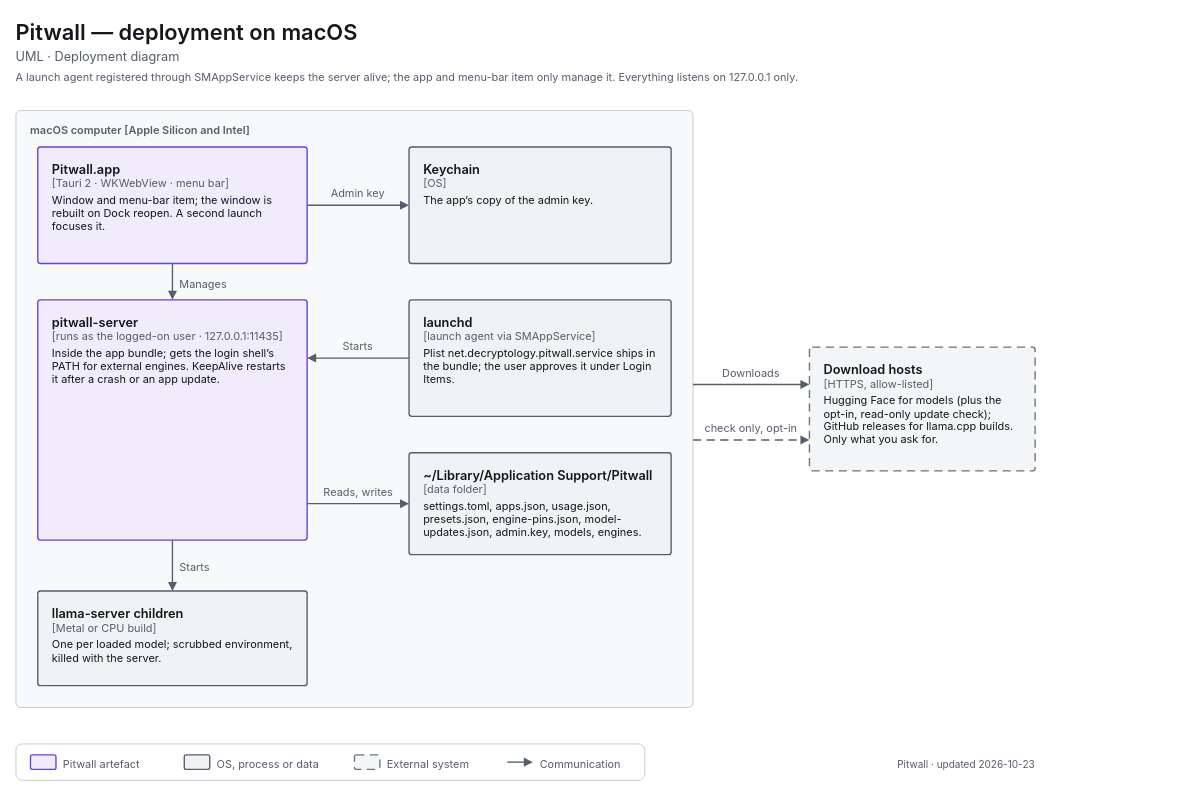
This is apps/pitwall/docs/diagrams/uml-deployment-macos.drawio from decryp7/paddock, a draw.io file, before an edit. Source tidied: cells renumbered, new cells numbered last; positions are measured from the earlier drawing's top-left corner, leaving out a move shared by most shapes. Both pictures are drawn from the tidied source at 91%, with x=0, y=0 at pixel (15, 15).
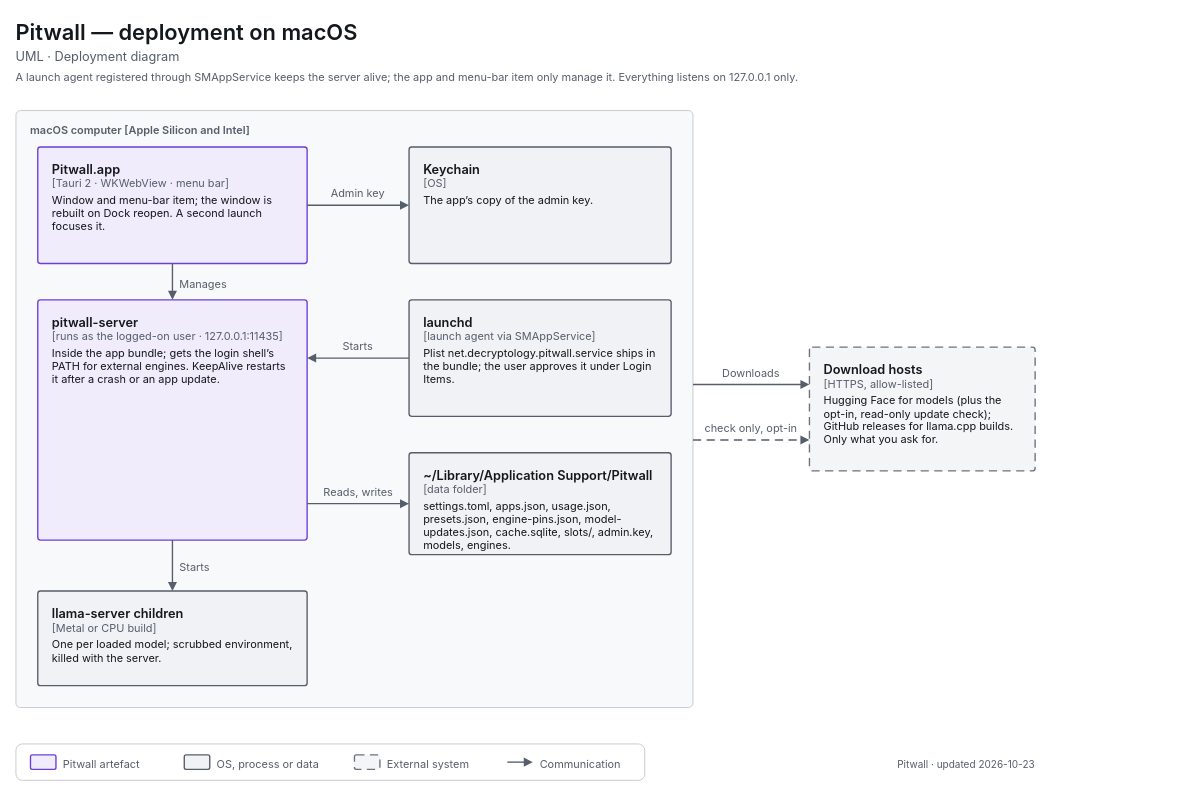
The same page after the edit.

What changed in the source:
```diff
@@
-    <mxCell id="10" value="&lt;span style=&quot;font-size:14px;font-weight:600&quot;&gt;~/Library/Application Support/Pitwall&lt;/span&gt;&lt;br&gt;&lt;span style=&quot;font-size:12px;color:light-dark(#565E6B,#A0A7B2)&quot;&gt;[data folder]&lt;/span&gt;&lt;br&gt;&lt;div style=&quot;margin-top:4px;font-size:12px&quot;&gt;settings.toml, apps.json, usage.json, presets.json, engine-pins.json, model-updates.json, admin.key, models, engines.&lt;/div&gt;" style="html=1;whiteSpace=wrap;fontFamily=-apple-system,BlinkMacSystemFont,Segoe UI,system-ui,sans-serif;fontSize=12;fontColor=light-dark(#14171C,#ECEEF1);rounded=1;absoluteArcSize=1;arcSize=6;strokeWidth=1.5;strokeColor=light-dark(#565E6B,#A0A7B2);fillColor=light-dark(#F0F2F5,#1B1E23);align=left;verticalAlign=top;spacingLeft=14;spacingRight=14;spacingTop=10;spacingBottom=8;" parent="1" vertex="1">
+    <mxCell id="10" value="&lt;span style=&quot;font-size:14px;font-weight:600&quot;&gt;~/Library/Application Support/Pitwall&lt;/span&gt;&lt;br&gt;&lt;span style=&quot;font-size:12px;color:light-dark(#565E6B,#A0A7B2)&quot;&gt;[data folder]&lt;/span&gt;&lt;br&gt;&lt;div style=&quot;margin-top:4px;font-size:12px&quot;&gt;settings.toml, apps.json, usage.json, presets.json, engine-pins.json, model-updates.json, cache.sqlite, slots/, admin.key, models, engines.&lt;/div&gt;" style="html=1;whiteSpace=wrap;fontFamily=-apple-system,BlinkMacSystemFont,Segoe UI,system-ui,sans-serif;fontSize=12;fontColor=light-dark(#14171C,#ECEEF1);rounded=1;absoluteArcSize=1;arcSize=6;strokeWidth=1.5;strokeColor=light-dark(#565E6B,#A0A7B2);fillColor=light-dark(#F0F2F5,#1B1E23);align=left;verticalAlign=top;spacingLeft=14;spacingRight=14;spacingTop=10;spacingBottom=8;" parent="1" vertex="1">
       <mxGeometry x="432" y="480" width="288" height="112" as="geometry" />
     </mxCell>
```
